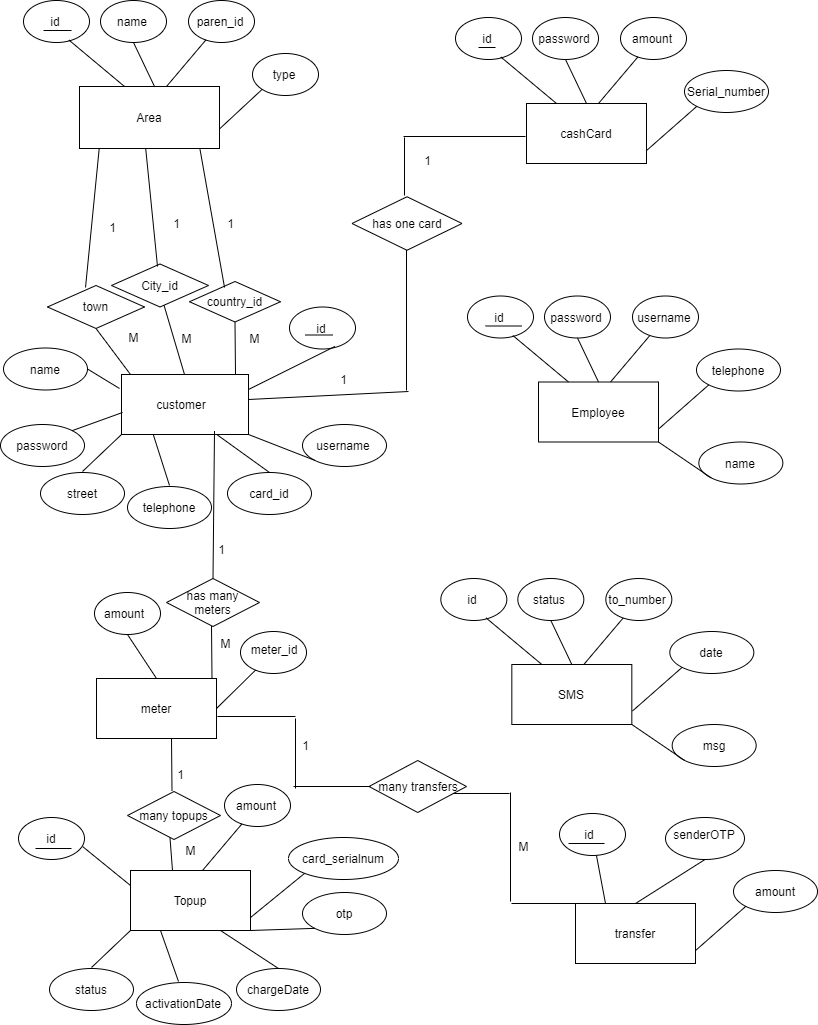
shamaabuhassan/Charts keeps this draw.io diagram as Untitled Diagram (2).png. Above is the earlier version. Source tidied: cells renumbered, new cells last; positions are measured from the earlier drawing's top-left corner, leaving out a move shared by most shapes.
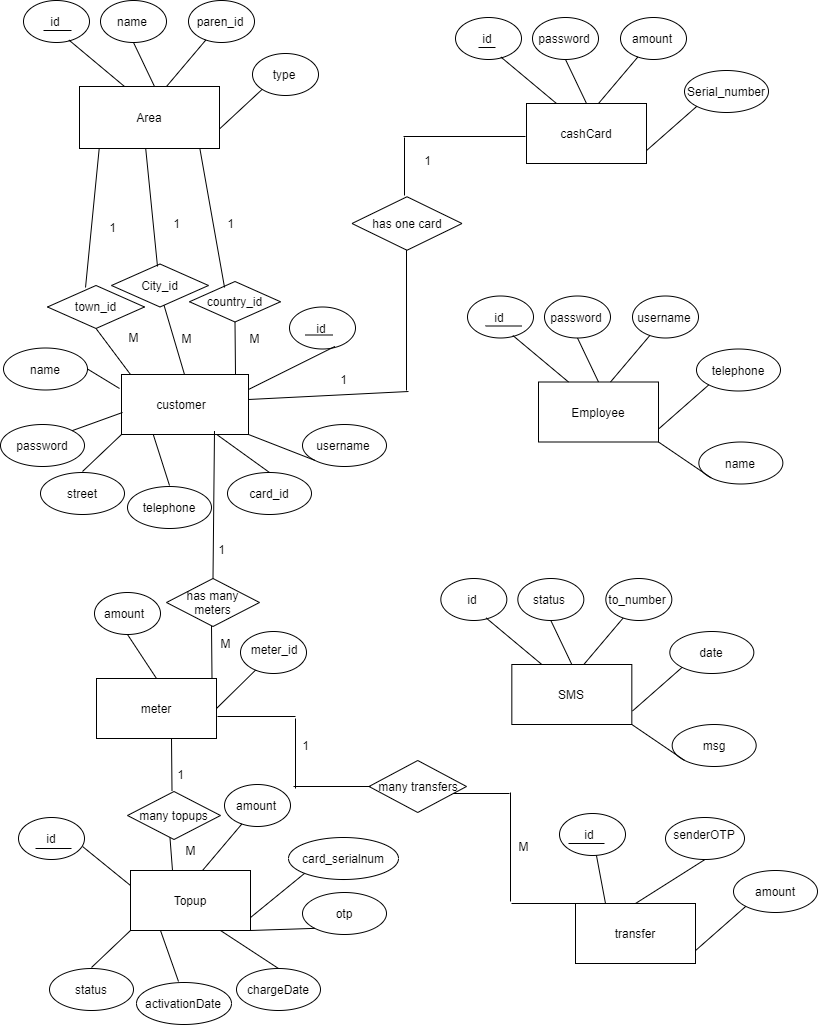
The same diagram one commit later.

The edit, as a diff of the source:
```diff
@@ -512,7 +512,7 @@
         <mxPoint x="130" y="374" as="targetPoint" />
       </mxGeometry>
     </mxCell>
-    <mxCell id="146" value="town" style="shape=rhombus;perimeter=rhombusPerimeter;whiteSpace=wrap;html=1;align=center;" parent="1" vertex="1">
+    <mxCell id="146" value="town_id" style="shape=rhombus;perimeter=rhombusPerimeter;whiteSpace=wrap;html=1;align=center;" parent="1" vertex="1">
       <mxGeometry x="47" y="285" width="97" height="43" as="geometry" />
     </mxCell>
     <mxCell id="147" style="endArrow=none;html=1;rounded=0;entryX=0.392;entryY=0.047;entryDx=0;entryDy=0;exitX=0.5;exitY=1;exitDx=0;exitDy=0;entryPerimeter=0;" parent="1" edge="1" target="146">
```
